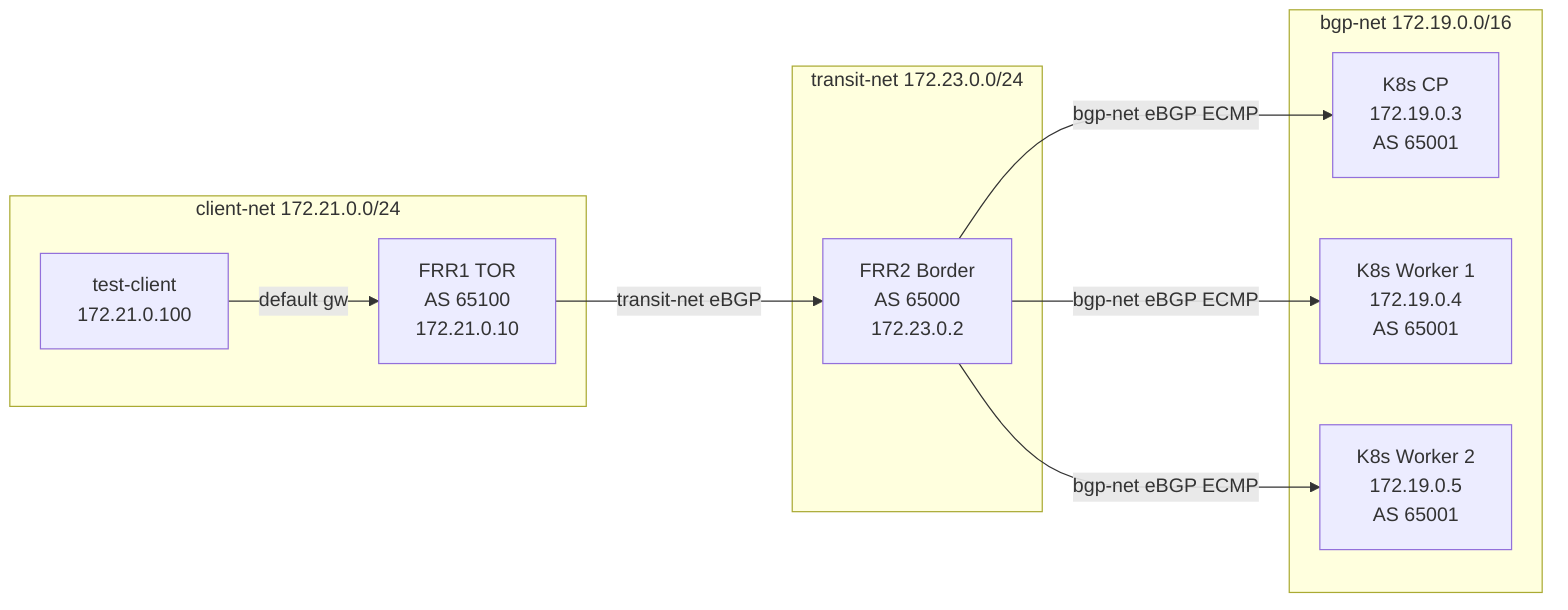
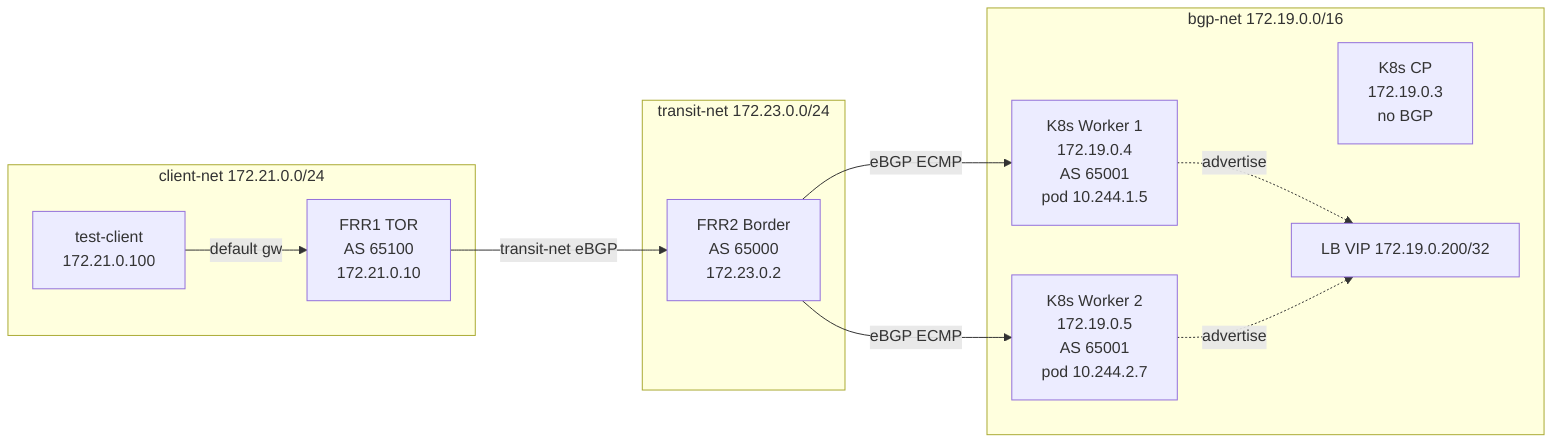
graph LR
    subgraph CN["client-net 172.21.0.0/24"]
        CL[test-client<br/>172.21.0.100] -- default gw --> F1
        F1[FRR1 TOR<br/>AS 65100<br/>172.21.0.10]
    end
    F1 -->|transit-net eBGP| F2
    subgraph TN["transit-net 172.23.0.0/24"]
        F2[FRR2 Border<br/>AS 65000<br/>172.23.0.2]
    end
-     F2 -->|bgp-net eBGP ECMP| CP
-     F2 -->|bgp-net eBGP ECMP| WK
-     F2 -->|bgp-net eBGP ECMP| WK2
    subgraph BN["bgp-net 172.19.0.0/16"]
-         CP[K8s CP<br/>172.19.0.3<br/>AS 65001]
-         WK[K8s Worker 1<br/>172.19.0.4<br/>AS 65001]
-         WK2[K8s Worker 2<br/>172.19.0.5<br/>AS 65001]
+         F2
+         CP[K8s CP<br/>172.19.0.3<br/>no BGP]
+         WK[K8s Worker 1<br/>172.19.0.4<br/>AS 65001<br/>pod 10.244.1.5]
+         WK2[K8s Worker 2<br/>172.19.0.5<br/>AS 65001<br/>pod 10.244.2.7]
+         LB[LB VIP 172.19.0.200/32]
    end
+     F2 -->|eBGP ECMP| WK
+     F2 -->|eBGP ECMP| WK2
+     WK -.->|advertise| LB
+     WK2 -.->|advertise| LB
